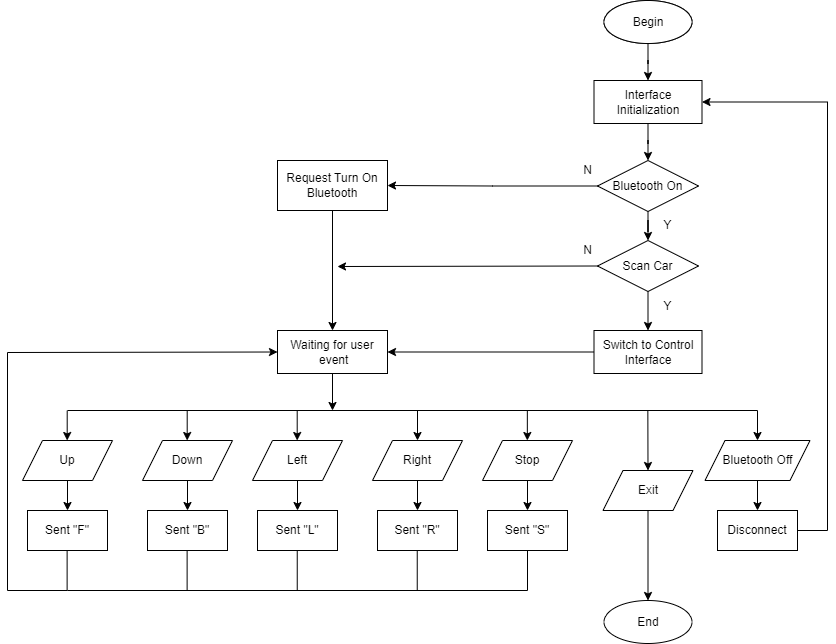
lil-dua/arduino_bluetooth_car keeps this draw.io diagram as Algorithm Diagram.drawio.png. Above is the earlier version. Source tidied: cells renumbered, new cells last; positions are measured from the earlier drawing's top-left corner, leaving out a move shared by most shapes.
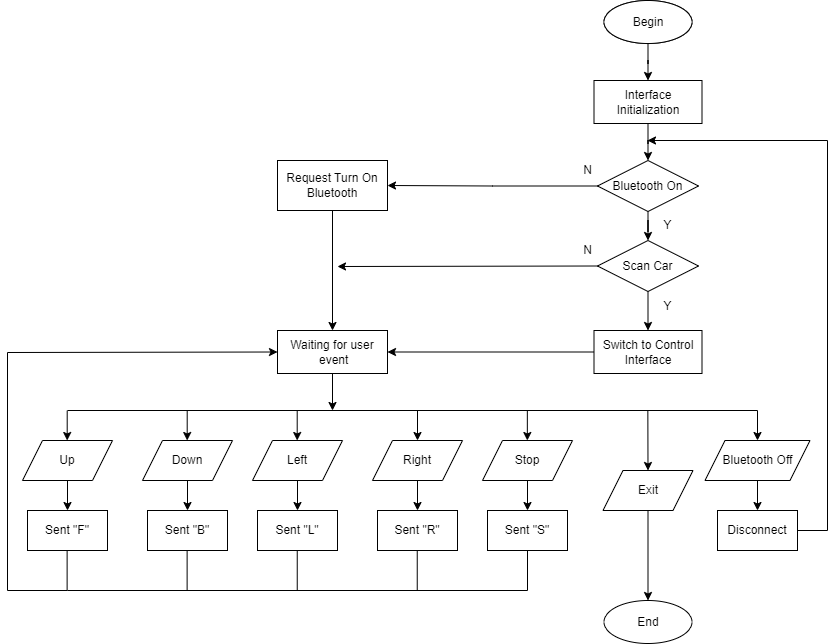
Above is the later version.

Change to the diagram source:
```diff
@@ -85,11 +85,12 @@
         <mxPoint x="640.5" y="510" as="sourcePoint" />
       </mxGeometry>
     </mxCell>
-    <mxCell id="25" style="edgeStyle=orthogonalEdgeStyle;rounded=0;jettySize=auto;html=1;entryX=1;entryY=0.5;entryDx=0;entryDy=0;" parent="1" edge="1" source="26" target="4">
+    <mxCell id="25" style="edgeStyle=orthogonalEdgeStyle;rounded=0;jettySize=auto;html=1;" parent="1" edge="1" source="26">
       <mxGeometry relative="1" as="geometry">
+        <mxPoint x="640" y="140" as="targetPoint" />
         <Array as="points">
           <mxPoint x="820" y="530" />
-          <mxPoint x="820" y="102" />
+          <mxPoint x="820" y="140" />
         </Array>
       </mxGeometry>
     </mxCell>
```
